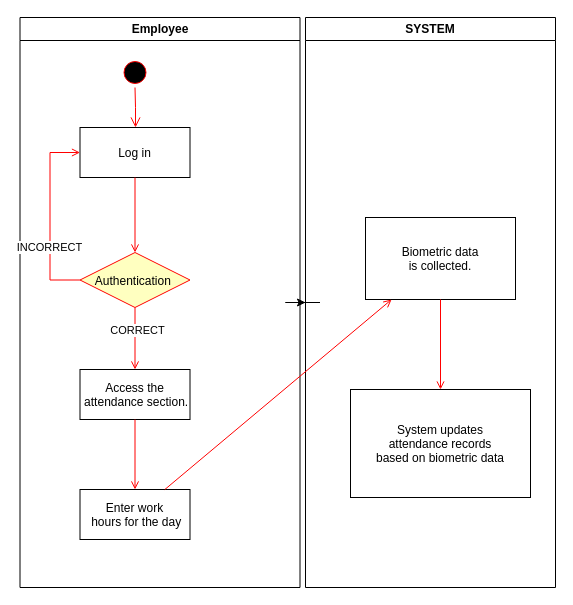
Above: Attendance Management Diagram.drawio in Arisa-Ndreu/test (draw.io), before the change. Source tidied: cells renumbered, new cells numbered last; positions are measured from the earlier drawing's top-left corner, leaving out a move shared by most shapes. Both pictures are drawn from the tidied source at 100%, with x=0, y=0 at pixel (19, 17).
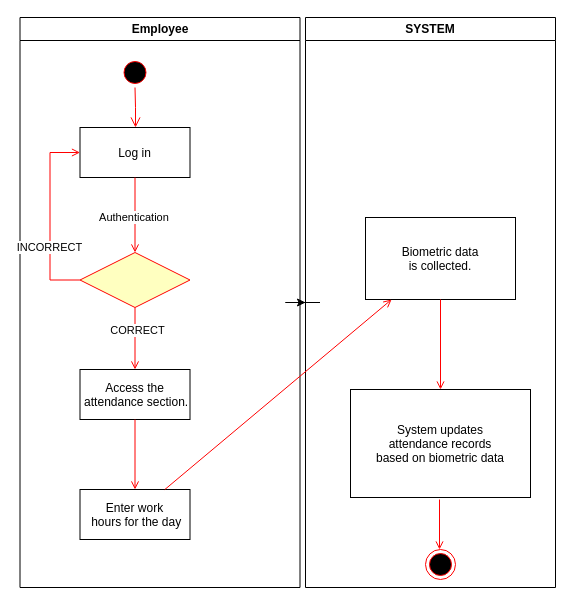
The same page after the edit.

The change refers to these unchanged cells:
```xml
<mxCell id="3" value="Employee" style="swimlane;whiteSpace=wrap;" parent="1" vertex="1">
  <mxGeometry x="0.5" width="280" height="570" as="geometry" />
</mxCell>
<mxCell id="15" style="endArrow=open;strokeColor=#FF0000;endFill=1;rounded=0;" parent="3" edge="1" source="6" target="14">
  <mxGeometry relative="1" as="geometry" />
</mxCell>
<mxCell id="16" value="SYSTEM" style="swimlane;whiteSpace=wrap;" parent="1" vertex="1">
  <mxGeometry x="286" width="250" height="570" as="geometry" />
</mxCell>
```

Diff of the diagram source:
```diff
@@
-    <mxCell id="14" value="Authentication " style="rhombus;fillColor=#ffffc0;strokeColor=#ff0000;" parent="3" vertex="1">
+    <mxCell id="14" style="rhombus;fillColor=#ffffc0;strokeColor=#ff0000;" parent="3" vertex="1">
       <mxGeometry x="60" y="235" width="110" height="55" as="geometry" />
     </mxCell>
@@
+    <mxCell id="21" value="Authentication&amp;nbsp;" style="edgeLabel;html=1;align=center;verticalAlign=middle;" parent="15" vertex="1">
+      <mxGeometry x="0.03" relative="1" as="geometry" />
+    </mxCell>
@@
+    <mxCell id="22" style="ellipse;html=1;shape=endState;fillColor=#000000;strokeColor=#ff0000;" parent="16" vertex="1">
+      <mxGeometry x="120" y="532" width="30" height="30" as="geometry" />
+    </mxCell>
+    <mxCell id="23" style="endArrow=open;strokeColor=#FF0000;endFill=1;rounded=0;" parent="16" edge="1">
+      <mxGeometry relative="1" as="geometry">
+        <mxPoint x="134" y="482" as="sourcePoint" />
+        <mxPoint x="134" y="532" as="targetPoint" />
+      </mxGeometry>
+    </mxCell>
```
